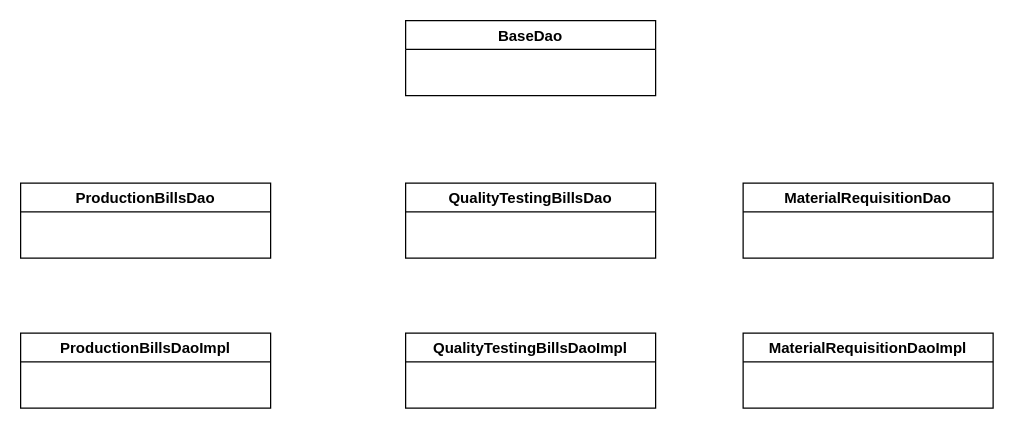
Earlier version of the draw.io diagram Dao层设计图.drawio (KNAI-I/test). Source tidied: cells renumbered, new cells numbered last; positions are measured from the earlier drawing's top-left corner, leaving out a move shared by most shapes. Both pictures are drawn from the tidied source at 125%, with x=0, y=0 at pixel (20, 20).
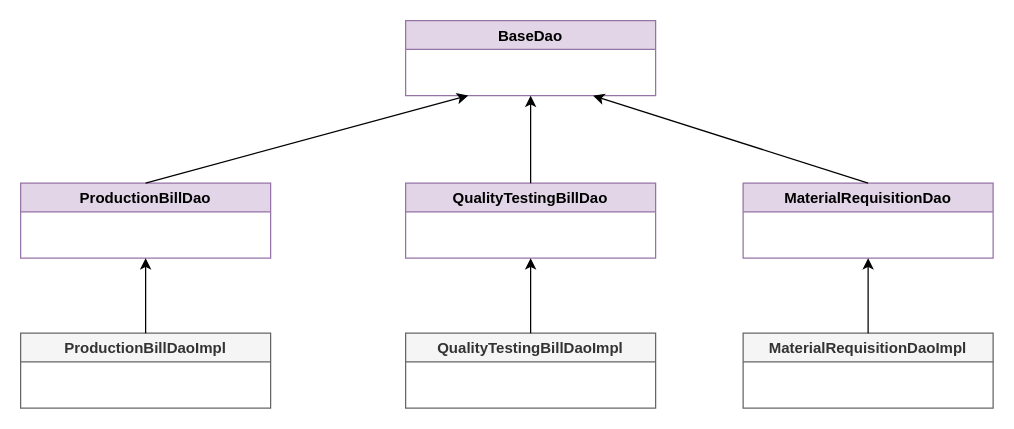
The same diagram, later.

Commit message (it also covers changes not shown here):
更新Dao层设计图.drawio

What changed in the source:
```diff
@@
 <mxGraphModel>
   <root>
     <mxCell id="0" />
     <mxCell id="1" parent="0" />
-    <mxCell id="2" value="BaseDao" style="swimlane;" parent="1" vertex="1">
+    <mxCell id="2" value="BaseDao" style="swimlane;fillColor=#e1d5e7;strokeColor=#9673a6;" parent="1" vertex="1">
       <mxGeometry x="308" width="200" height="60" as="geometry" />
     </mxCell>
-    <mxCell id="3" value="ProductionBillsDao" style="swimlane;" parent="1" vertex="1">
+    <mxCell id="3" value="ProductionBillDao" style="swimlane;fillColor=#e1d5e7;strokeColor=#9673a6;" parent="1" vertex="1">
       <mxGeometry y="130" width="200" height="60" as="geometry" />
     </mxCell>
-    <mxCell id="4" value="QualityTestingBillsDao" style="swimlane;" parent="1" vertex="1">
+    <mxCell id="4" value="QualityTestingBillDao" style="swimlane;fillColor=#e1d5e7;strokeColor=#9673a6;startSize=23;" parent="1" vertex="1">
       <mxGeometry x="308" y="130" width="200" height="60" as="geometry" />
     </mxCell>
-    <mxCell id="5" value="MaterialRequisitionDao" style="swimlane;" parent="1" vertex="1">
+    <mxCell id="5" value="MaterialRequisitionDao" style="swimlane;fillColor=#e1d5e7;strokeColor=#9673a6;" parent="1" vertex="1">
       <mxGeometry x="578" y="130" width="200" height="60" as="geometry" />
     </mxCell>
-    <mxCell id="6" value="ProductionBillsDaoImpl" style="swimlane;" parent="1" vertex="1">
+    <mxCell id="6" value="ProductionBillDaoImpl" style="swimlane;fillColor=#f5f5f5;fontColor=#333333;strokeColor=#666666;" parent="1" vertex="1">
       <mxGeometry y="250" width="200" height="60" as="geometry" />
     </mxCell>
-    <mxCell id="7" value="QualityTestingBillsDaoImpl" style="swimlane;" parent="1" vertex="1">
+    <mxCell id="7" value="QualityTestingBillDaoImpl" style="swimlane;fillColor=#f5f5f5;fontColor=#333333;strokeColor=#666666;" parent="1" vertex="1">
       <mxGeometry x="308" y="250" width="200" height="60" as="geometry" />
     </mxCell>
-    <mxCell id="8" value="MaterialRequisitionDaoImpl" style="swimlane;" parent="1" vertex="1">
+    <mxCell id="8" value="MaterialRequisitionDaoImpl" style="swimlane;fillColor=#f5f5f5;fontColor=#333333;strokeColor=#666666;" parent="1" vertex="1">
       <mxGeometry x="578" y="250" width="200" height="60" as="geometry" />
     </mxCell>
+    <mxCell id="9" style="endArrow=classic;html=1;rounded=0;exitX=0.5;exitY=0;exitDx=0;exitDy=0;entryX=0.25;entryY=1;entryDx=0;entryDy=0;" parent="1" edge="1" source="3" target="2">
+      <mxGeometry relative="1" as="geometry" />
+    </mxCell>
+    <mxCell id="10" style="endArrow=classic;html=1;rounded=0;exitX=0.5;exitY=0;exitDx=0;exitDy=0;entryX=0.5;entryY=1;entryDx=0;entryDy=0;" parent="1" edge="1" source="4" target="2">
+      <mxGeometry relative="1" as="geometry" />
+    </mxCell>
+    <mxCell id="11" style="endArrow=classic;html=1;rounded=0;exitX=0.5;exitY=0;exitDx=0;exitDy=0;entryX=0.75;entryY=1;entryDx=0;entryDy=0;" parent="1" edge="1" source="5" target="2">
+      <mxGeometry relative="1" as="geometry" />
+    </mxCell>
+    <mxCell id="12" style="endArrow=classic;html=1;rounded=0;exitX=0.5;exitY=0;exitDx=0;exitDy=0;entryX=0.5;entryY=1;entryDx=0;entryDy=0;" parent="1" edge="1" source="6" target="3">
+      <mxGeometry relative="1" as="geometry" />
+    </mxCell>
+    <mxCell id="13" style="endArrow=classic;html=1;rounded=0;exitX=0.5;exitY=0;exitDx=0;exitDy=0;entryX=0.5;entryY=1;entryDx=0;entryDy=0;" parent="1" edge="1" source="7" target="4">
+      <mxGeometry relative="1" as="geometry" />
+    </mxCell>
+    <mxCell id="14" style="endArrow=classic;html=1;rounded=0;exitX=0.5;exitY=0;exitDx=0;exitDy=0;entryX=0.5;entryY=1;entryDx=0;entryDy=0;" parent="1" edge="1" source="8" target="5">
+      <mxGeometry relative="1" as="geometry" />
+    </mxCell>
   </root>
 </mxGraphModel>
```
